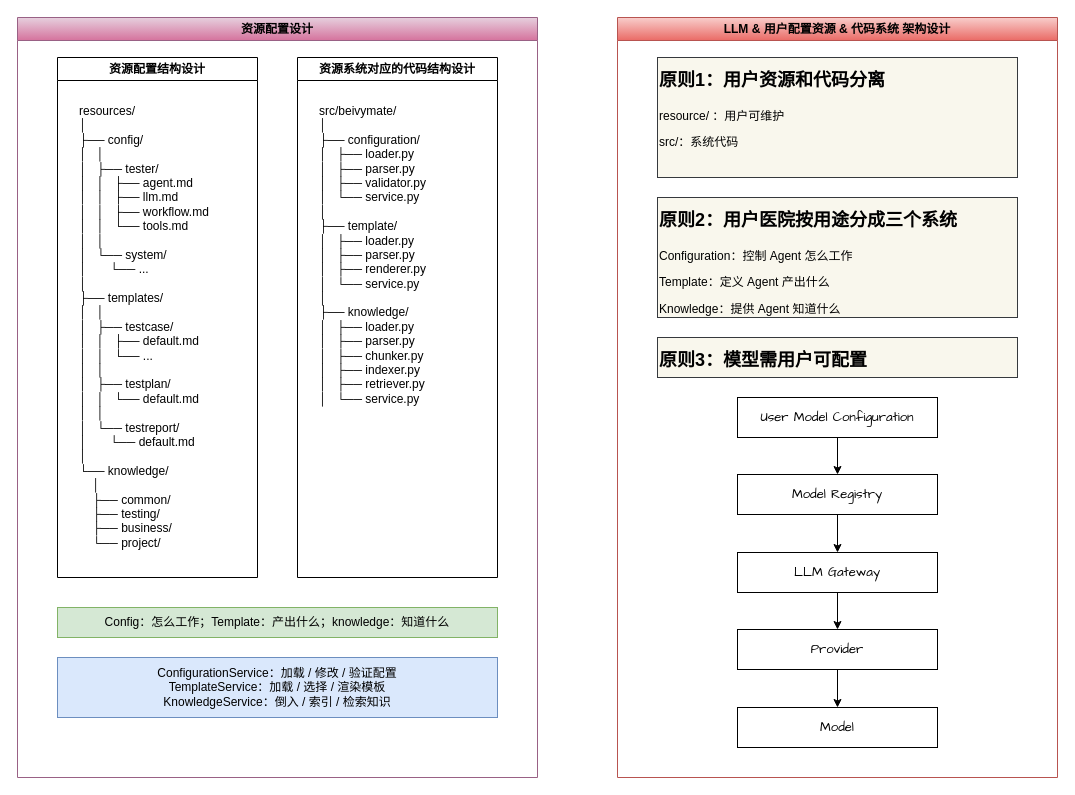
Before: page "LLM & 资源配置设计" (3 of 4) of docs/Design Structure for Key Point.drawio in madderli/beivymate, a draw.io diagram. Source tidied: cells renumbered, new cells numbered last; positions are measured from the earlier drawing's top-left corner, leaving out a move shared by most shapes. Both pictures are drawn from the tidied source at 100%, with x=0, y=0 at pixel (17, 17).
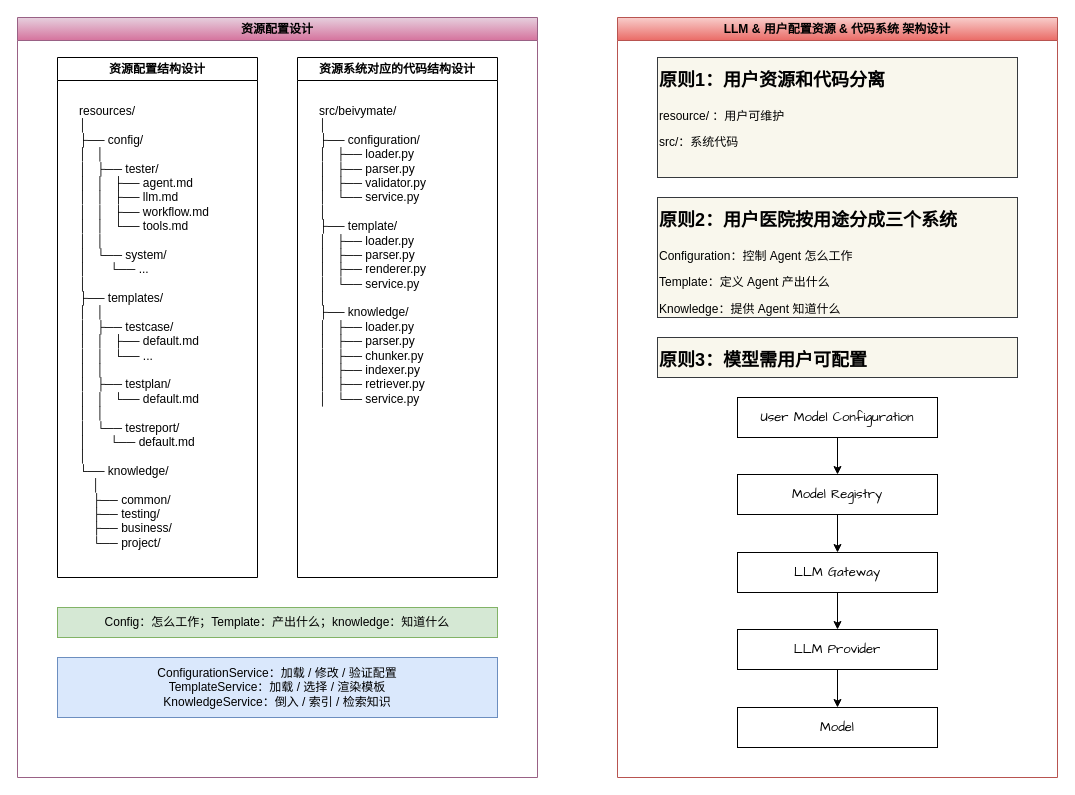
After the change.

Commit message (it also covers changes not shown here):
feat: add LLM provider, gateway, models config files.

Unchanged cells that the change refers to:
```xml
<mxCell id="9" value="LLM &amp;amp; 用户配置资源 &amp;amp; 代码系统 架构设计" style="swimlane;whiteSpace=wrap;html=1;fillColor=#f8cecc;gradientColor=#ea6b66;strokeColor=#b85450;" parent="1" vertex="1">
  <mxGeometry x="600" width="440" height="760" as="geometry" />
</mxCell>
```

What changed in the source:
```diff
@@
-    <mxCell id="20" value="Provider" style="rounded=0;whiteSpace=wrap;html=1;fontFamily=Comic Sans MS;fontSize=13;" parent="9" vertex="1">
+    <mxCell id="20" value="LLM Provider" style="rounded=0;whiteSpace=wrap;html=1;fontFamily=Comic Sans MS;fontSize=13;" parent="9" vertex="1">
       <mxGeometry x="120" y="612" width="200" height="40" as="geometry" />
     </mxCell>
```
